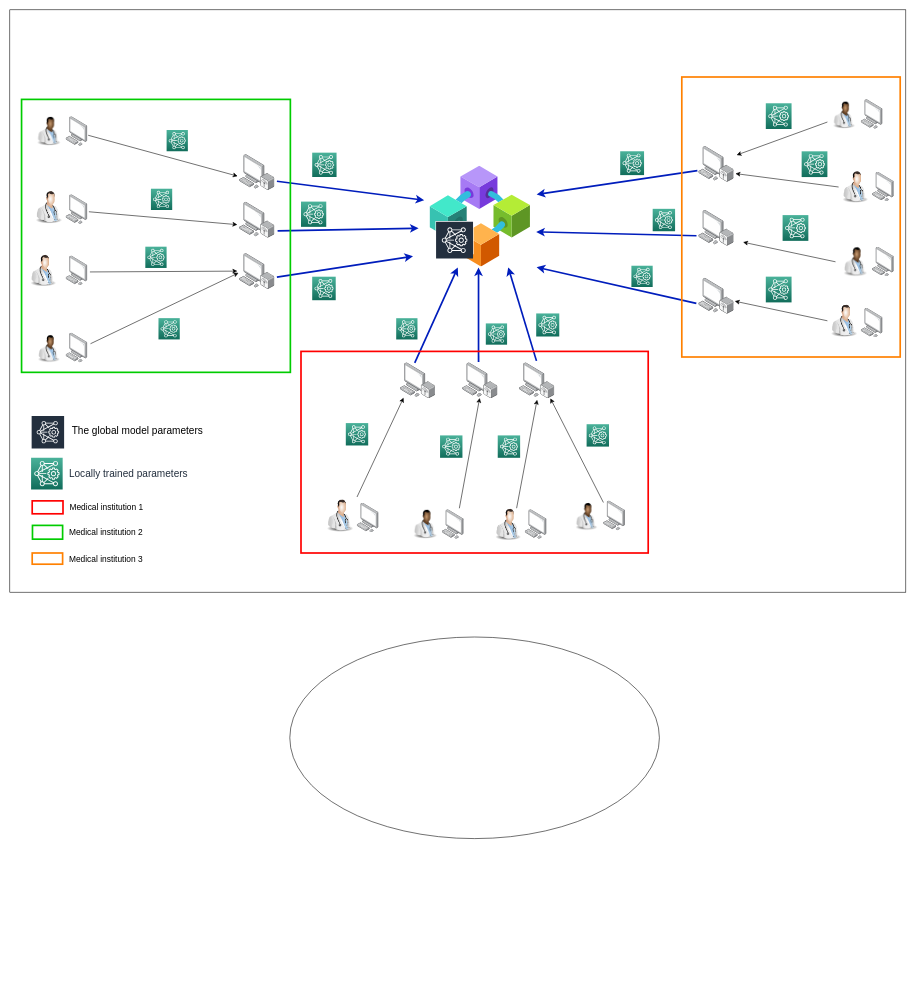
Earlier version of the draw.io diagram my_diagram.drawio (yacine-djenandar/blockchain-ehr-app). Source tidied: cells renumbered, new cells numbered last; positions are measured from the earlier drawing's top-left corner, leaving out a move shared by most shapes. Both pictures are drawn from the tidied source at 56%, with x=0, y=0 at pixel (10, 10). Pictures stored in the file or linked from it are replaced by grey dashed boxes.
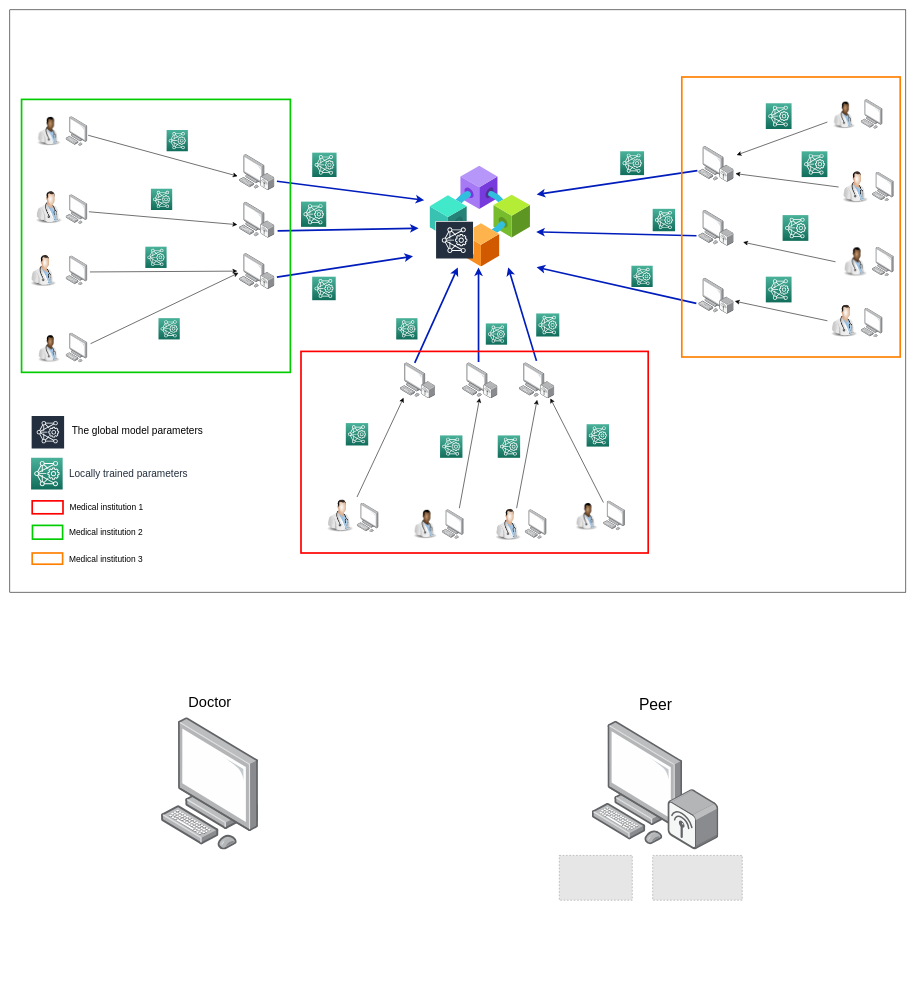
The same page after the edit.

Commit message (it also covers changes not shown here):
Mettre à jour my_diagram.drawio

What changed in the source:
```diff
@@
-    <mxCell id="19" style="ellipse;whiteSpace=wrap;html=1;fillColor=none;strokeColor=#000000;" parent="1" vertex="1">
-      <mxGeometry x="500" y="1120" width="660" height="360" as="geometry" />
-    </mxCell>
@@
+    <mxCell id="89" style="rounded=0;whiteSpace=wrap;html=1;strokeColor=#FFFFFF;fillColor=#FFFFFF;" parent="1" vertex="1">
+      <mxGeometry x="176.5" y="1070" width="1203.5" height="670" as="geometry" />
+    </mxCell>
+    <mxCell id="90" value="Doctor" style="image;html=1;align=center;shadow=0;dashed=0;image=img/lib/allied_telesis/computer_and_terminals/Personal_Computer.svg;labelBackgroundColor=none;fontColor=#000000;labelPosition=center;verticalLabelPosition=top;verticalAlign=bottom;fontSize=26;spacingBottom=10;" parent="1" vertex="1">
+      <mxGeometry x="270" y="1263.7" width="174.3" height="236.3" as="geometry" />
+    </mxCell>
+    <mxCell id="91" value="Peer" style="image;html=1;align=center;shadow=0;dashed=0;image=img/lib/allied_telesis/computer_and_terminals/Personal_Computer_Wireless.svg;labelPosition=center;verticalLabelPosition=top;verticalAlign=bottom;fontSize=28;labelBackgroundColor=none;fontColor=#000000;spacingBottom=10;" parent="1" vertex="1">
+      <mxGeometry x="1040" y="1270" width="225.7" height="230" as="geometry" />
+    </mxCell>
+    <mxCell id="92" style="fillColor=#E6E6E6;strokeColor=#999999;dashed=1;verticalLabelPosition=bottom;labelBackgroundColor=default;verticalAlign=top;" parent="1" vertex="1">
+      <mxGeometry x="1148" y="1510" width="160" height="80" as="geometry" />
+    </mxCell>
+    <mxCell id="93" style="fillColor=#E6E6E6;strokeColor=#999999;dashed=1;verticalLabelPosition=bottom;labelBackgroundColor=default;verticalAlign=top;" parent="1" vertex="1">
+      <mxGeometry x="981.2" y="1510" width="130.4" height="80" as="geometry" />
+    </mxCell>
```
